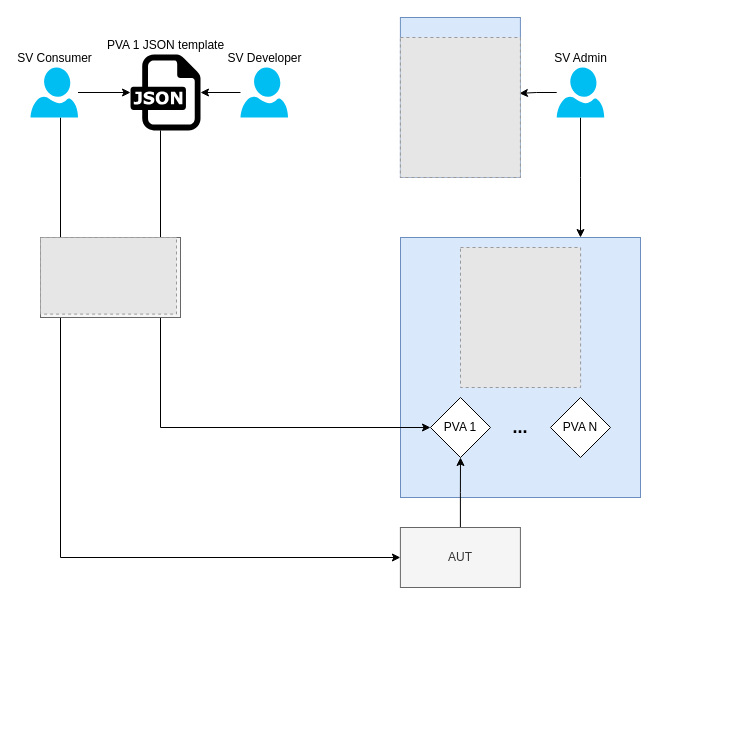
This is virt-decentrilized.drawio from gtrofimov/draw-io-projects, a draw.io file, before an edit. Source tidied: cells renumbered, new cells numbered last; positions are measured from the earlier drawing's top-left corner, leaving out a move shared by most shapes. Both pictures are drawn from the tidied source at 100%, with x=0, y=0 at pixel (30, 17). Pictures stored in the file or linked from it are replaced by grey dashed boxes.
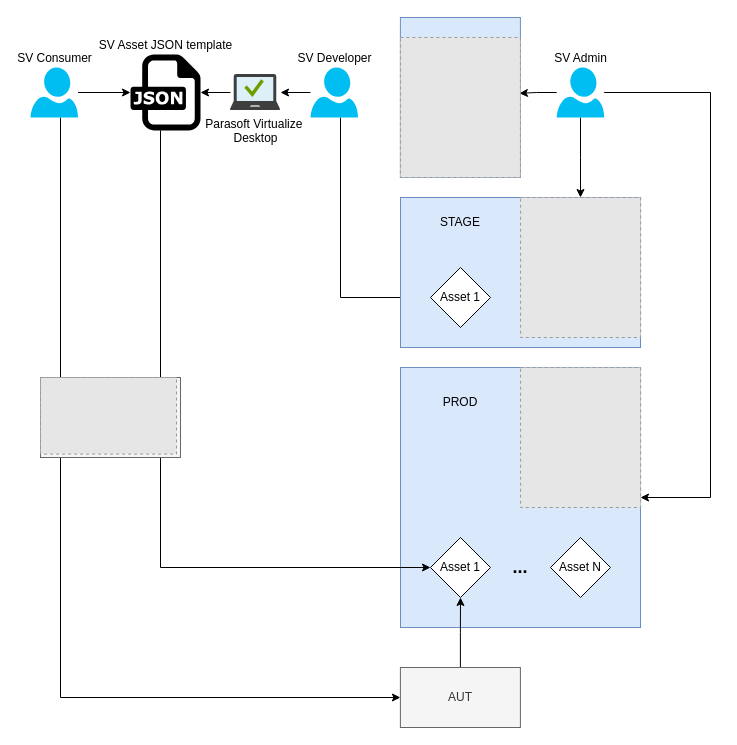
Above is the later version.

The change refers to these unchanged cells:
```xml
<mxCell id="6" value="SV Consumer" style="verticalLabelPosition=top;html=1;verticalAlign=bottom;align=center;strokeColor=none;fillColor=#00BEF2;shape=mxgraph.azure.user;labelPosition=center;" parent="1" vertex="1">
  <mxGeometry y="50" width="47.5" height="50" as="geometry" />
</mxCell>
<mxCell id="12" value="SV Admin" style="verticalLabelPosition=top;html=1;verticalAlign=bottom;align=center;strokeColor=none;fillColor=#00BEF2;shape=mxgraph.azure.user;labelPosition=center;" parent="1" vertex="1">
  <mxGeometry x="526.2" y="50" width="47.5" height="50" as="geometry" />
</mxCell>
```

Diff of the diagram source:
```diff
@@
     <mxCell id="2" style="rounded=0;whiteSpace=wrap;html=1;fillColor=#dae8fc;strokeColor=#6c8ebf;" parent="1" vertex="1">
-      <mxGeometry x="370" y="220" width="240" height="260" as="geometry" />
+      <mxGeometry x="370" y="350" width="240" height="260" as="geometry" />
     </mxCell>
     <mxCell id="3" style="edgeStyle=orthogonalEdgeStyle;rounded=0;jettySize=auto;html=1;entryX=0;entryY=0.5;entryDx=0;entryDy=0;" parent="1" edge="1" target="17">
       <mxGeometry relative="1" as="geometry">
         <mxPoint x="130" y="112.9" as="sourcePoint" />
         <Array as="points">
-          <mxPoint x="130" y="410" />
+          <mxPoint x="130" y="550" />
         </Array>
       </mxGeometry>
     </mxCell>
@@
     <mxCell id="5" style="edgeStyle=orthogonalEdgeStyle;rounded=0;jettySize=auto;html=1;entryX=0;entryY=0.5;entryDx=0;entryDy=0;" parent="1" edge="1" source="6" target="21">
       <mxGeometry relative="1" as="geometry">
         <Array as="points">
-          <mxPoint x="30" y="540" />
+          <mxPoint x="30" y="680" />
         </Array>
       </mxGeometry>
     </mxCell>
@@
-    <mxCell id="7" style="edgeStyle=orthogonalEdgeStyle;rounded=0;jettySize=auto;html=1;startArrow=classic;startFill=1;endArrow=none;endFill=0;" parent="1" edge="1" source="8" target="16">
+    <mxCell id="7" style="edgeStyle=orthogonalEdgeStyle;rounded=0;jettySize=auto;html=1;startArrow=classic;startFill=1;endArrow=none;endFill=0;" parent="1" edge="1" source="28" target="16">
       <mxGeometry relative="1" as="geometry" />
     </mxCell>
-    <mxCell id="8" value="&lt;span style=&quot;background-color: initial;&quot;&gt;PVA 1 JSON template&lt;/span&gt;" style="dashed=0;outlineConnect=0;html=1;align=center;labelPosition=center;verticalLabelPosition=top;verticalAlign=bottom;shape=mxgraph.weblogos.json;" parent="1" vertex="1">
+    <mxCell id="8" value="&lt;span style=&quot;background-color: initial;&quot;&gt;SV Asset JSON template&lt;/span&gt;" style="dashed=0;outlineConnect=0;html=1;align=center;labelPosition=center;verticalLabelPosition=top;verticalAlign=bottom;shape=mxgraph.weblogos.json;" parent="1" vertex="1">
       <mxGeometry x="100" y="37.1" width="70" height="75.8" as="geometry" />
     </mxCell>
     <mxCell id="9" style="fillColor=#E6E6E6;strokeColor=#999999;dashed=1;verticalLabelPosition=bottom;verticalAlign=top;" parent="1" vertex="1">
-      <mxGeometry x="430" y="230" width="120.1" height="140" as="geometry" />
+      <mxGeometry x="490.1" y="350" width="120.1" height="140" as="geometry" />
     </mxCell>
@@
-    <mxCell id="11" style="edgeStyle=orthogonalEdgeStyle;rounded=0;jettySize=auto;html=1;entryX=0.75;entryY=0;entryDx=0;entryDy=0;" parent="1" edge="1" source="12" target="2">
-      <mxGeometry relative="1" as="geometry" />
+    <mxCell id="11" style="edgeStyle=orthogonalEdgeStyle;rounded=0;jettySize=auto;html=1;entryX=1;entryY=0.5;entryDx=0;entryDy=0;" parent="1" edge="1" source="12" target="2">
+      <mxGeometry relative="1" as="geometry">
+        <Array as="points">
+          <mxPoint x="680" y="75" />
+          <mxPoint x="680" y="480" />
+        </Array>
+      </mxGeometry>
     </mxCell>
+    <mxCell id="25" style="edgeStyle=orthogonalEdgeStyle;rounded=0;jettySize=auto;html=1;entryX=0.75;entryY=0;entryDx=0;entryDy=0;" parent="1" edge="1" source="12" target="29">
+      <mxGeometry relative="1" as="geometry" />
+    </mxCell>
@@
+    <mxCell id="26" style="edgeStyle=orthogonalEdgeStyle;rounded=0;jettySize=auto;html=1;entryX=0;entryY=0.5;entryDx=0;entryDy=0;" parent="1" edge="1" source="16" target="33">
+      <mxGeometry relative="1" as="geometry">
+        <Array as="points">
+          <mxPoint x="310" y="280" />
+        </Array>
+      </mxGeometry>
+    </mxCell>
     <mxCell id="16" value="SV Developer" style="verticalLabelPosition=top;html=1;verticalAlign=bottom;align=center;strokeColor=none;fillColor=#00BEF2;shape=mxgraph.azure.user;labelPosition=center;" parent="1" vertex="1">
-      <mxGeometry x="210" y="50" width="47.5" height="50" as="geometry" />
+      <mxGeometry x="280" y="50" width="47.5" height="50" as="geometry" />
     </mxCell>
-    <mxCell id="17" value="PVA 1" style="rhombus;whiteSpace=wrap;html=1;" parent="1" vertex="1">
-      <mxGeometry x="400" y="380" width="60" height="60" as="geometry" />
+    <mxCell id="17" value="Asset 1" style="rhombus;whiteSpace=wrap;html=1;" parent="1" vertex="1">
+      <mxGeometry x="400" y="520" width="60" height="60" as="geometry" />
     </mxCell>
-    <mxCell id="18" value="PVA N" style="rhombus;whiteSpace=wrap;html=1;" parent="1" vertex="1">
-      <mxGeometry x="520" y="380" width="60" height="60" as="geometry" />
+    <mxCell id="18" value="Asset N" style="rhombus;whiteSpace=wrap;html=1;" parent="1" vertex="1">
+      <mxGeometry x="520" y="520" width="60" height="60" as="geometry" />
     </mxCell>
     <mxCell id="19" value="&lt;b&gt;&lt;font style=&quot;font-size: 18px;&quot;&gt;...&lt;/font&gt;&lt;/b&gt;" style="text;html=1;align=center;verticalAlign=middle;whiteSpace=wrap;rounded=0;" parent="1" vertex="1">
-      <mxGeometry x="460" y="395" width="60" height="30" as="geometry" />
+      <mxGeometry x="460" y="535" width="60" height="30" as="geometry" />
     </mxCell>
@@
     <mxCell id="21" value="AUT" style="rounded=0;whiteSpace=wrap;html=1;fillColor=#f5f5f5;fontColor=#333333;strokeColor=#666666;" parent="1" vertex="1">
-      <mxGeometry x="369.9" y="510" width="120" height="60" as="geometry" />
+      <mxGeometry x="369.9" y="650" width="120" height="60" as="geometry" />
     </mxCell>
     <mxCell id="22" style="group;" parent="1" vertex="1">
-      <mxGeometry x="10" y="220" width="140" height="80" as="geometry" />
+      <mxGeometry x="10" y="360" width="140" height="80" as="geometry" />
     </mxCell>
@@
+    <mxCell id="27" style="edgeStyle=orthogonalEdgeStyle;rounded=0;jettySize=auto;html=1;startArrow=classic;startFill=1;endArrow=none;endFill=0;" parent="1" edge="1" source="8" target="28">
+      <mxGeometry relative="1" as="geometry" />
+    </mxCell>
+    <mxCell id="28" value="Parasoft Virtualize&amp;nbsp;&lt;div&gt;Desktop&lt;/div&gt;" style="image;sketch=0;html=1;points=[];align=center;fontSize=12;image=img/lib/mscae/Managed_Desktop.svg;" parent="1" vertex="1">
+      <mxGeometry x="200" y="57" width="50" height="36" as="geometry" />
+    </mxCell>
+    <mxCell id="29" style="rounded=0;whiteSpace=wrap;html=1;fillColor=#dae8fc;strokeColor=#6c8ebf;" parent="1" vertex="1">
+      <mxGeometry x="370" y="180" width="240" height="150" as="geometry" />
+    </mxCell>
+    <mxCell id="30" style="fillColor=#E6E6E6;strokeColor=#999999;dashed=1;verticalLabelPosition=bottom;verticalAlign=top;" parent="1" vertex="1">
+      <mxGeometry x="490.1" y="180" width="120.1" height="140" as="geometry" />
+    </mxCell>
+    <mxCell id="31" value="PROD" style="text;html=1;align=center;verticalAlign=middle;whiteSpace=wrap;rounded=0;" parent="1" vertex="1">
+      <mxGeometry x="399.9" y="370" width="60" height="30" as="geometry" />
+    </mxCell>
+    <mxCell id="32" value="STAGE" style="text;html=1;align=center;verticalAlign=middle;whiteSpace=wrap;rounded=0;" parent="1" vertex="1">
+      <mxGeometry x="399.9" y="190" width="60" height="30" as="geometry" />
+    </mxCell>
+    <mxCell id="33" value="Asset 1" style="rhombus;whiteSpace=wrap;html=1;" parent="1" vertex="1">
+      <mxGeometry x="400" y="250" width="60" height="60" as="geometry" />
+    </mxCell>
```
